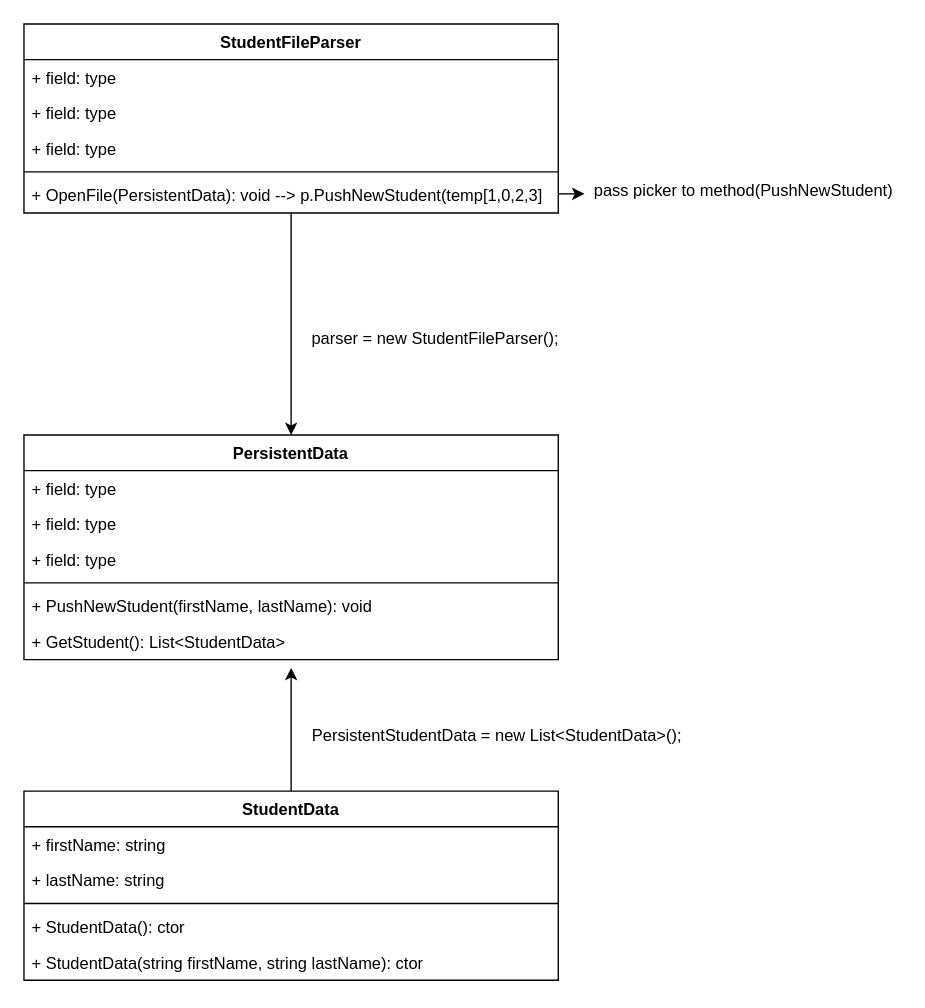
Before: page "Class Diagram" (5 of 5) of Project_Plan.drawio in pleycothh/Csharp_Learning_Note, a draw.io diagram. Source tidied: cells renumbered, new cells numbered last; positions are measured from the earlier drawing's top-left corner, leaving out a move shared by most shapes. Both pictures are drawn from the tidied source at 137%, with x=0, y=0 at pixel (23, 23).
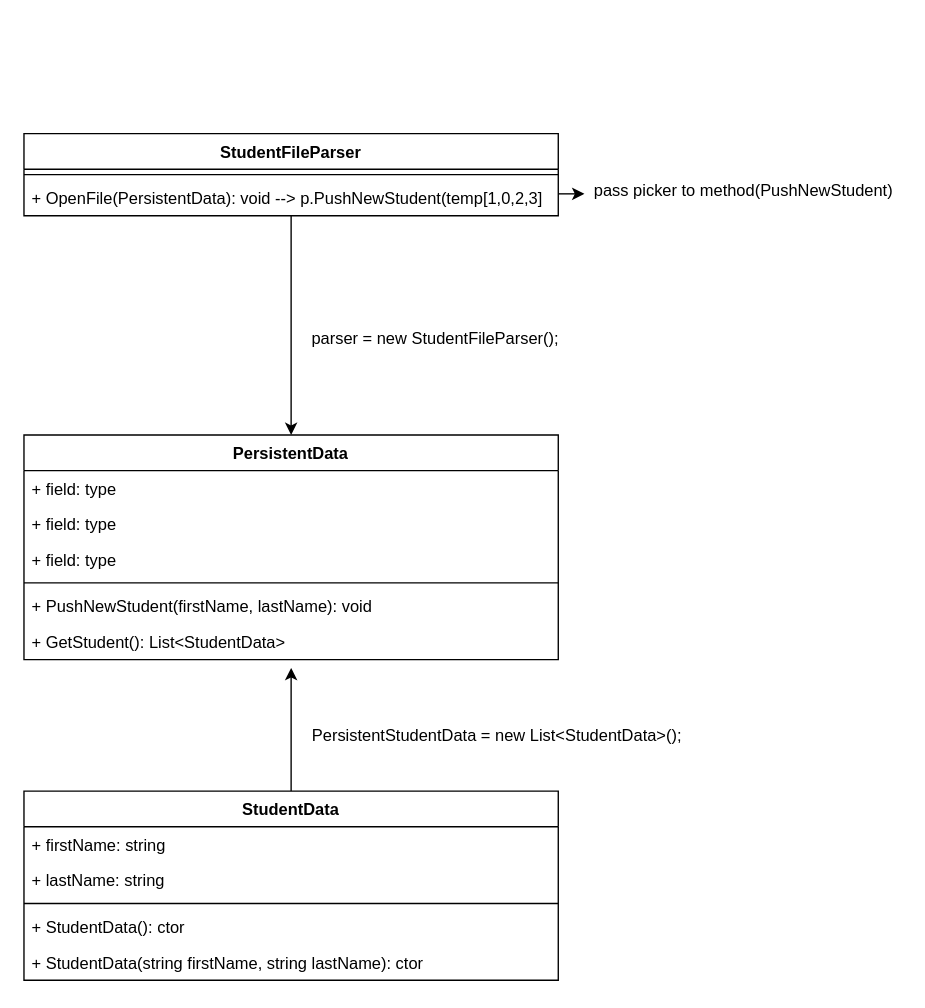
The same diagram, later.

Unchanged cells that the change refers to:
```xml
<mxCell id="25" value="pass picker to method(PushNewStudent)" style="text;html=1;align=center;verticalAlign=middle;points=[];strokeColor=none;fillColor=none;" parent="1" vertex="1">
  <mxGeometry x="410" y="112" width="230" height="20" as="geometry" />
</mxCell>
```

The edit, as a diff of the source:
```diff
@@
     <mxCell id="3" value="StudentFileParser" style="swimlane;fontStyle=1;align=center;verticalAlign=top;horizontal=1;startSize=26;" parent="1" vertex="1">
-      <mxGeometry width="390" height="138" as="geometry" />
+      <mxGeometry y="80" width="390" height="60" as="geometry" />
     </mxCell>
-    <mxCell id="4" value="+ field: type" style="text;strokeColor=none;fillColor=none;align=left;verticalAlign=top;spacingLeft=4;spacingRight=4;overflow=hidden;" parent="3" vertex="1">
-      <mxGeometry y="26" width="390" height="26" as="geometry" />
-    </mxCell>
-    <mxCell id="5" value="+ field: type" style="text;strokeColor=none;fillColor=none;align=left;verticalAlign=top;spacingLeft=4;spacingRight=4;overflow=hidden;" parent="3" vertex="1">
-      <mxGeometry y="52" width="390" height="26" as="geometry" />
-    </mxCell>
-    <mxCell id="6" value="+ field: type" style="text;strokeColor=none;fillColor=none;align=left;verticalAlign=top;spacingLeft=4;spacingRight=4;overflow=hidden;" parent="3" vertex="1">
-      <mxGeometry y="78" width="390" height="26" as="geometry" />
-    </mxCell>
     <mxCell id="7" style="line;strokeWidth=1;fillColor=none;align=left;verticalAlign=middle;spacingTop=-1;spacingLeft=3;spacingRight=3;labelPosition=right;" parent="3" vertex="1">
-      <mxGeometry y="104" width="390" height="8" as="geometry" />
+      <mxGeometry y="26" width="390" height="8" as="geometry" />
     </mxCell>
     <mxCell id="8" value="+ OpenFile(PersistentData): void --&gt; p.PushNewStudent(temp[1,0,2,3]" style="text;strokeColor=none;fillColor=none;align=left;verticalAlign=top;spacingLeft=4;spacingRight=4;overflow=hidden;points=[[0,0.5],[1,0.5]];portConstraint=eastwest;" parent="3" vertex="1">
-      <mxGeometry y="112" width="390" height="26" as="geometry" />
+      <mxGeometry y="34" width="390" height="26" as="geometry" />
     </mxCell>
@@
     <mxCell id="26" style="edgeStyle=orthogonalEdgeStyle;rounded=0;jettySize=auto;html=1;entryX=-0.004;entryY=0.6;entryDx=0;entryDy=0;entryPerimeter=0;" parent="1" edge="1" source="8" target="25">
       <mxGeometry relative="1" as="geometry">
         <Array as="points">
-          <mxPoint x="410" y="125" />
+          <mxPoint x="195" y="125" />
         </Array>
       </mxGeometry>
     </mxCell>
```
